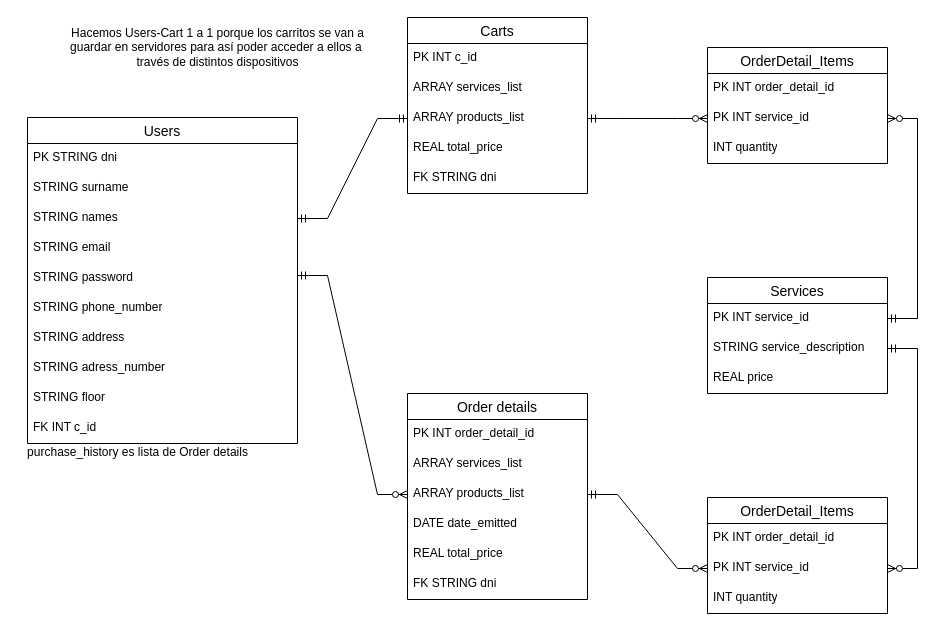
Above: archivos/BD.drawio in nicolasRuarte/olimpiadas-fvhn (draw.io), before the change. Source tidied: cells renumbered, new cells numbered last; positions are measured from the earlier drawing's top-left corner, leaving out a move shared by most shapes. Both pictures are drawn from the tidied source at 100%, with x=0, y=0 at pixel (17, 17).
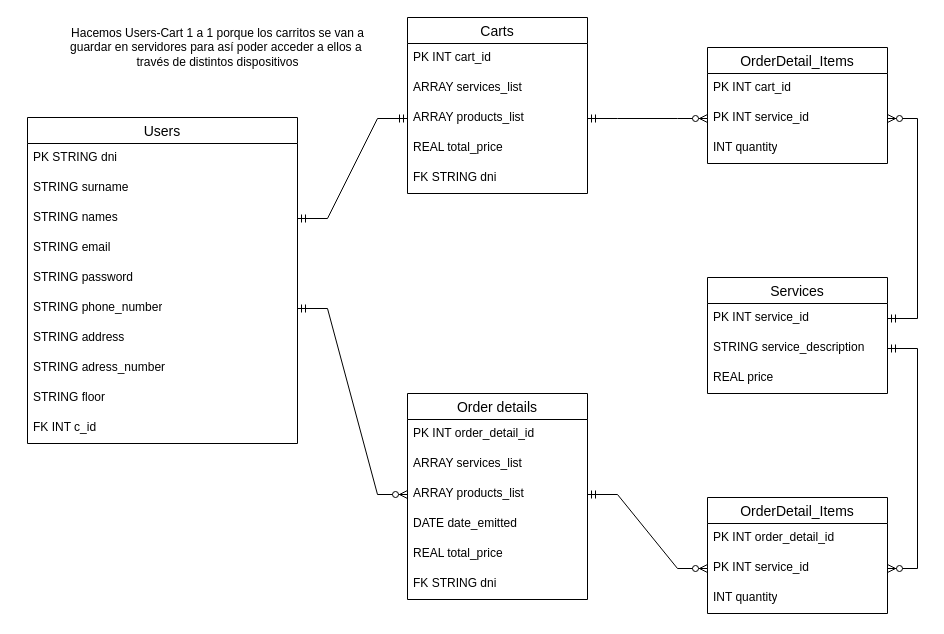
The same diagram, later.

Commit message:
Actualizando diagrama

The change refers to these unchanged cells:
```xml
<mxCell id="8" value="STRING phone_number" style="text;strokeColor=none;fillColor=none;spacingLeft=4;spacingRight=4;overflow=hidden;points=[[0,0.5],[1,0.5]];portConstraint=eastwest;fontSize=12;whiteSpace=wrap;html=1;" parent="2" vertex="1">
  <mxGeometry y="176" width="270" height="30" as="geometry" />
</mxCell>
<mxCell id="17" value="Carts" style="swimlane;fontStyle=0;horizontal=1;startSize=26;align=center;fontSize=14;" parent="1" vertex="1">
  <mxGeometry x="390" width="180" height="176" as="geometry" />
</mxCell>
<mxCell id="26" value="ARRAY products_list" style="text;strokeColor=none;fillColor=none;spacingLeft=4;spacingRight=4;overflow=hidden;points=[[0,0.5],[1,0.5]];portConstraint=eastwest;fontSize=12;whiteSpace=wrap;html=1;" parent="23" vertex="1">
  <mxGeometry y="86" width="180" height="30" as="geometry" />
</mxCell>
<mxCell id="40" value="OrderDetail_Items" style="swimlane;fontStyle=0;horizontal=1;startSize=26;align=center;fontSize=14;" parent="1" vertex="1">
  <mxGeometry x="690" y="30" width="180" height="116" as="geometry" />
</mxCell>
```

The edit, as a diff of the source:
```diff
@@
-    <mxCell id="18" value="PK INT c_id" style="text;strokeColor=none;fillColor=none;spacingLeft=4;spacingRight=4;overflow=hidden;fontSize=12;whiteSpace=wrap;html=1;" parent="17" vertex="1">
+    <mxCell id="18" value="PK INT cart_id" style="text;strokeColor=none;fillColor=none;spacingLeft=4;spacingRight=4;overflow=hidden;fontSize=12;whiteSpace=wrap;html=1;" parent="17" vertex="1">
       <mxGeometry y="26" width="180" height="30" as="geometry" />
     </mxCell>
@@
-    <mxCell id="30" value="purchase_history es lista de Order details" style="text;html=1;align=center;verticalAlign=middle;strokeColor=none;fillColor=none;" parent="1" vertex="1">
-      <mxGeometry y="420" width="240" height="30" as="geometry" />
-    </mxCell>
@@
-    <mxCell id="37" style="edgeStyle=entityRelationEdgeStyle;fontSize=12;html=1;endArrow=ERzeroToMany;startArrow=ERmandOne;rounded=0;exitX=1;exitY=0.5;exitDx=0;exitDy=0;entryX=0;entryY=0.5;entryDx=0;entryDy=0;" parent="1" edge="1" target="26">
-      <mxGeometry relative="1" as="geometry">
-        <mxPoint x="280" y="258" as="sourcePoint" />
-      </mxGeometry>
+    <mxCell id="37" style="edgeStyle=entityRelationEdgeStyle;fontSize=12;html=1;endArrow=ERzeroToMany;startArrow=ERmandOne;rounded=0;entryX=0;entryY=0.5;entryDx=0;entryDy=0;" parent="1" edge="1" source="8" target="26">
+      <mxGeometry relative="1" as="geometry" />
     </mxCell>
@@
-    <mxCell id="41" value="PK INT order_detail_id" style="text;strokeColor=none;fillColor=none;spacingLeft=4;spacingRight=4;overflow=hidden;fontSize=12;whiteSpace=wrap;html=1;" parent="40" vertex="1">
+    <mxCell id="41" value="PK INT cart_id" style="text;strokeColor=none;fillColor=none;spacingLeft=4;spacingRight=4;overflow=hidden;fontSize=12;whiteSpace=wrap;html=1;" parent="40" vertex="1">
       <mxGeometry y="26" width="180" height="30" as="geometry" />
     </mxCell>
```
